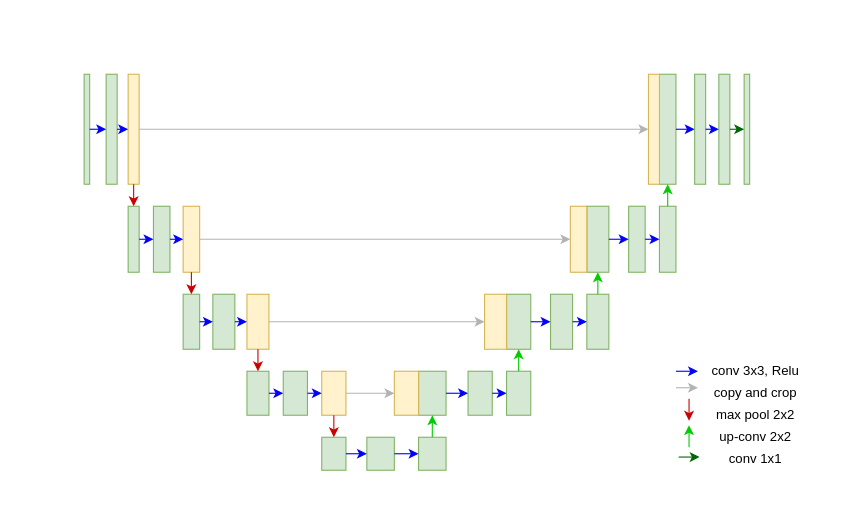
Earlier version of the draw.io diagram page "第 3 页" (3 of 4) of img/未命名绘图.drawio (Wangtab/Wangtab.github.io). Source tidied: cells renumbered, new cells numbered last; positions are measured from the earlier drawing's top-left corner, leaving out a move shared by most shapes. Both pictures are drawn from the tidied source at 110%, with x=0, y=0 at pixel (84, 74).
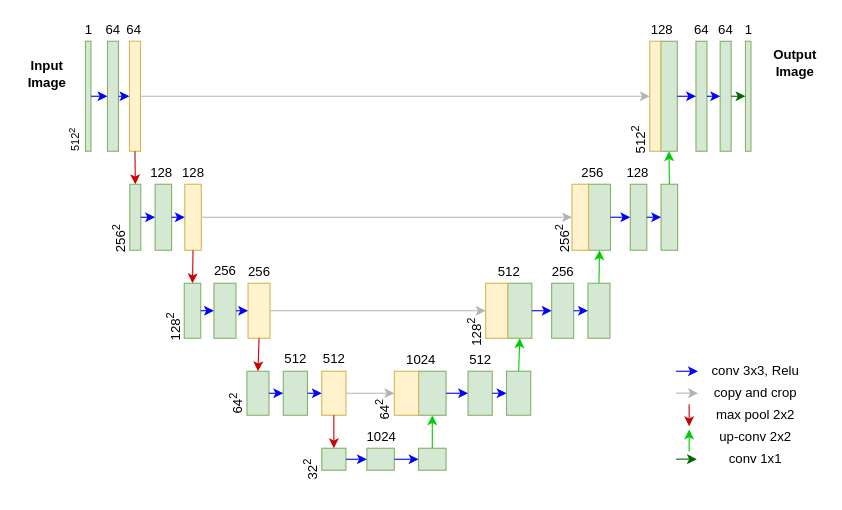
Above is the later version.

Commit message:
uunet更新未命名绘图.drawio

What changed in the source:
```diff
@@
     <mxCell id="2" style="rounded=0;whiteSpace=wrap;html=1;fillColor=#d5e8d4;strokeColor=#82b366;" parent="1" vertex="1">
-      <mxGeometry width="5" height="100" as="geometry" />
+      <mxGeometry x="1.2" y="-30" width="5" height="100" as="geometry" />
     </mxCell>
     <mxCell id="3" style="rounded=0;whiteSpace=wrap;html=1;fillColor=#d5e8d4;strokeColor=#82b366;" parent="1" vertex="1">
-      <mxGeometry x="20" width="10" height="100" as="geometry" />
+      <mxGeometry x="21.2" y="-30" width="10" height="100" as="geometry" />
     </mxCell>
     <mxCell id="4" style="rounded=0;whiteSpace=wrap;html=1;fillColor=#fff2cc;strokeColor=#d6b656;" parent="1" vertex="1">
-      <mxGeometry x="40" width="10" height="100" as="geometry" />
+      <mxGeometry x="41.2" y="-30" width="10" height="100" as="geometry" />
     </mxCell>
     <mxCell id="5" style="rounded=0;whiteSpace=wrap;html=1;fillColor=#d5e8d4;strokeColor=#82b366;" parent="1" vertex="1">
-      <mxGeometry x="40" y="120" width="10" height="60" as="geometry" />
+      <mxGeometry x="41.5" y="100" width="10" height="60" as="geometry" />
     </mxCell>
     <mxCell id="6" style="rounded=0;whiteSpace=wrap;html=1;fillColor=#d5e8d4;strokeColor=#82b366;" parent="1" vertex="1">
-      <mxGeometry x="63" y="120" width="15" height="60" as="geometry" />
+      <mxGeometry x="64.5" y="100" width="15" height="60" as="geometry" />
     </mxCell>
     <mxCell id="7" style="rounded=0;whiteSpace=wrap;html=1;fillColor=#fff2cc;strokeColor=#d6b656;strokeWidth=1;" parent="1" vertex="1">
-      <mxGeometry x="90" y="120" width="15" height="60" as="geometry" />
+      <mxGeometry x="91.5" y="100" width="15" height="60" as="geometry" />
     </mxCell>
     <mxCell id="8" style="rounded=0;whiteSpace=wrap;html=1;fillColor=#d5e8d4;strokeColor=#82b366;strokeWidth=1;" parent="1" vertex="1">
-      <mxGeometry x="90" y="200" width="15" height="50" as="geometry" />
+      <mxGeometry x="91" y="190" width="15" height="50" as="geometry" />
     </mxCell>
     <mxCell id="9" style="rounded=0;whiteSpace=wrap;html=1;fillColor=#d5e8d4;strokeColor=#82b366;strokeWidth=1;" parent="1" vertex="1">
-      <mxGeometry x="117" y="200" width="20" height="50" as="geometry" />
+      <mxGeometry x="118" y="190" width="20" height="50" as="geometry" />
     </mxCell>
     <mxCell id="10" style="rounded=0;whiteSpace=wrap;html=1;fillColor=#fff2cc;strokeColor=#d6b656;strokeWidth=1;" parent="1" vertex="1">
-      <mxGeometry x="148" y="200" width="20" height="50" as="geometry" />
+      <mxGeometry x="149" y="190" width="20" height="50" as="geometry" />
     </mxCell>
@@
     <mxCell id="14" style="rounded=0;whiteSpace=wrap;html=1;fillColor=#d5e8d4;strokeColor=#82b366;strokeWidth=1;" parent="1" vertex="1">
-      <mxGeometry x="216" y="330" width="22" height="30" as="geometry" />
+      <mxGeometry x="216" y="340" width="22" height="20" as="geometry" />
     </mxCell>
     <mxCell id="15" style="rounded=0;whiteSpace=wrap;html=1;fillColor=#d5e8d4;strokeColor=#82b366;strokeWidth=1;" parent="1" vertex="1">
-      <mxGeometry x="257" y="330" width="25" height="30" as="geometry" />
+      <mxGeometry x="257" y="340" width="25" height="20" as="geometry" />
     </mxCell>
     <mxCell id="16" style="rounded=0;whiteSpace=wrap;html=1;fillColor=#d5e8d4;strokeColor=#82b366;strokeWidth=1;" parent="1" vertex="1">
-      <mxGeometry x="304" y="330" width="25" height="30" as="geometry" />
+      <mxGeometry x="304" y="340" width="25" height="20" as="geometry" />
     </mxCell>
@@
     <mxCell id="21" style="rounded=0;whiteSpace=wrap;html=1;fillColor=#d5e8d4;strokeColor=#82b366;strokeWidth=1;" parent="1" vertex="1">
-      <mxGeometry x="384" y="200" width="22" height="50" as="geometry" />
+      <mxGeometry x="385" y="190" width="22" height="50" as="geometry" />
     </mxCell>
     <mxCell id="22" style="rounded=0;whiteSpace=wrap;html=1;fillColor=#fff2cc;strokeColor=#d6b656;strokeWidth=1;" parent="1" vertex="1">
-      <mxGeometry x="364" y="200" width="20" height="50" as="geometry" />
+      <mxGeometry x="365" y="190" width="20" height="50" as="geometry" />
     </mxCell>
     <mxCell id="23" style="rounded=0;whiteSpace=wrap;html=1;fillColor=#d5e8d4;strokeColor=#82b366;strokeWidth=1;" parent="1" vertex="1">
-      <mxGeometry x="424" y="200" width="20" height="50" as="geometry" />
+      <mxGeometry x="425" y="190" width="20" height="50" as="geometry" />
     </mxCell>
     <mxCell id="24" style="rounded=0;whiteSpace=wrap;html=1;fillColor=#d5e8d4;strokeColor=#82b366;strokeWidth=1;" parent="1" vertex="1">
-      <mxGeometry x="457" y="200" width="20" height="50" as="geometry" />
+      <mxGeometry x="458" y="190" width="20" height="50" as="geometry" />
     </mxCell>
     <mxCell id="25" style="rounded=0;whiteSpace=wrap;html=1;fillColor=#d5e8d4;strokeColor=#82b366;strokeWidth=1;" parent="1" vertex="1">
-      <mxGeometry x="457" y="120" width="20" height="60" as="geometry" />
+      <mxGeometry x="458.5" y="100" width="20" height="60" as="geometry" />
     </mxCell>
     <mxCell id="26" style="rounded=0;whiteSpace=wrap;html=1;fillColor=#fff2cc;strokeColor=#d6b656;strokeWidth=1;" parent="1" vertex="1">
-      <mxGeometry x="442" y="120" width="15" height="60" as="geometry" />
+      <mxGeometry x="443.5" y="100" width="15" height="60" as="geometry" />
     </mxCell>
     <mxCell id="27" style="rounded=0;whiteSpace=wrap;html=1;fillColor=#d5e8d4;strokeColor=#82b366;strokeWidth=1;" parent="1" vertex="1">
-      <mxGeometry x="495" y="120" width="15" height="60" as="geometry" />
+      <mxGeometry x="496.5" y="100" width="15" height="60" as="geometry" />
     </mxCell>
     <mxCell id="28" style="rounded=0;whiteSpace=wrap;html=1;fillColor=#d5e8d4;strokeColor=#82b366;strokeWidth=1;" parent="1" vertex="1">
-      <mxGeometry x="523" y="120" width="15" height="60" as="geometry" />
+      <mxGeometry x="524.5" y="100" width="15" height="60" as="geometry" />
     </mxCell>
     <mxCell id="29" style="rounded=0;whiteSpace=wrap;html=1;fillColor=#d5e8d4;strokeColor=#82b366;strokeWidth=1;" parent="1" vertex="1">
-      <mxGeometry x="523" width="15" height="100" as="geometry" />
+      <mxGeometry x="524.2" y="-30" width="15" height="100" as="geometry" />
     </mxCell>
     <mxCell id="30" style="rounded=0;whiteSpace=wrap;html=1;fillColor=#fff2cc;strokeColor=#d6b656;" parent="1" vertex="1">
-      <mxGeometry x="513" width="10" height="100" as="geometry" />
+      <mxGeometry x="514.2" y="-30" width="10" height="100" as="geometry" />
     </mxCell>
     <mxCell id="31" style="rounded=0;whiteSpace=wrap;html=1;fillColor=#d5e8d4;strokeColor=#82b366;" parent="1" vertex="1">
-      <mxGeometry x="555" width="10" height="100" as="geometry" />
+      <mxGeometry x="556.2" y="-30" width="10" height="100" as="geometry" />
     </mxCell>
     <mxCell id="32" style="rounded=0;whiteSpace=wrap;html=1;fillColor=#d5e8d4;strokeColor=#82b366;" parent="1" vertex="1">
-      <mxGeometry x="577" width="10" height="100" as="geometry" />
+      <mxGeometry x="578.2" y="-30" width="10" height="100" as="geometry" />
     </mxCell>
@@
     <mxCell id="63" style="rounded=0;whiteSpace=wrap;html=1;fillColor=#d5e8d4;strokeColor=#82b366;" parent="1" vertex="1">
-      <mxGeometry x="600" width="5" height="100" as="geometry" />
+      <mxGeometry x="601.2" y="-30" width="5" height="100" as="geometry" />
     </mxCell>
@@
     <mxCell id="65" style="endArrow=classic;html=1;strokeColor=#0000FF;shadow=0;" parent="1" edge="1">
       <mxGeometry relative="1" as="geometry">
         <mxPoint x="538" y="270" as="sourcePoint" />
         <mxPoint x="558" y="270" as="targetPoint" />
+        <Array as="points">
+          <mxPoint x="550" y="270" />
+        </Array>
       </mxGeometry>
     </mxCell>
     <mxCell id="66" style="endArrow=classic;html=1;strokeColor=#B3B3B3;" parent="1" edge="1">
       <mxGeometry relative="1" as="geometry">
-        <mxPoint x="538" y="285" as="sourcePoint" />
-        <mxPoint x="558" y="285" as="targetPoint" />
+        <mxPoint x="538" y="289.9" as="sourcePoint" />
+        <mxPoint x="558" y="289.9" as="targetPoint" />
       </mxGeometry>
     </mxCell>
     <mxCell id="67" style="endArrow=classic;html=1;fillColor=#f8cecc;strokeColor=#CC0000;" parent="1" edge="1">
       <mxGeometry relative="1" as="geometry">
-        <mxPoint x="549.9" y="295" as="sourcePoint" />
-        <mxPoint x="549.9" y="315" as="targetPoint" />
+        <mxPoint x="550" y="300" as="sourcePoint" />
+        <mxPoint x="550" y="320" as="targetPoint" />
       </mxGeometry>
     </mxCell>
     <mxCell id="68" style="endArrow=classic;html=1;fillColor=#f8cecc;strokeColor=#00CC00;" parent="1" edge="1">
       <mxGeometry relative="1" as="geometry">
-        <mxPoint x="549.9" y="339" as="sourcePoint" />
-        <mxPoint x="549.9" y="319" as="targetPoint" />
+        <mxPoint x="550" y="343" as="sourcePoint" />
+        <mxPoint x="550" y="323" as="targetPoint" />
       </mxGeometry>
     </mxCell>
     <mxCell id="69" style="endArrow=classic;html=1;shadow=0;strokeColor=#006600;fillColor=#0000FF;" parent="1" edge="1">
       <mxGeometry relative="1" as="geometry">
-        <mxPoint x="540.5" y="348" as="sourcePoint" />
-        <mxPoint x="559.5" y="348" as="targetPoint" />
+        <mxPoint x="538" y="349.9" as="sourcePoint" />
+        <mxPoint x="557" y="349.9" as="targetPoint" />
       </mxGeometry>
     </mxCell>
@@
+    <mxCell id="75" value="1" style="text;html=1;align=center;verticalAlign=middle;" parent="1" vertex="1">
+      <mxGeometry x="-6.2" y="-50" width="20" height="20" as="geometry" />
+    </mxCell>
+    <mxCell id="76" value="64" style="text;html=1;align=center;verticalAlign=middle;" parent="1" vertex="1">
+      <mxGeometry x="11.2" y="-50" width="30" height="20" as="geometry" />
+    </mxCell>
+    <mxCell id="77" value="64" style="text;html=1;align=center;verticalAlign=middle;" parent="1" vertex="1">
+      <mxGeometry x="30.2" y="-50" width="30" height="20" as="geometry" />
+    </mxCell>
+    <mxCell id="78" value="128" style="text;html=1;align=center;verticalAlign=middle;" parent="1" vertex="1">
+      <mxGeometry x="50" y="80" width="40" height="20" as="geometry" />
+    </mxCell>
+    <mxCell id="79" value="128" style="text;html=1;align=center;verticalAlign=middle;" parent="1" vertex="1">
+      <mxGeometry x="78.5" y="80" width="40" height="20" as="geometry" />
+    </mxCell>
+    <mxCell id="80" value="256" style="text;html=1;align=center;verticalAlign=middle;" parent="1" vertex="1">
+      <mxGeometry x="108" y="169" width="40" height="20" as="geometry" />
+    </mxCell>
+    <mxCell id="81" value="256" style="text;html=1;align=center;verticalAlign=middle;" parent="1" vertex="1">
+      <mxGeometry x="139" y="170" width="40" height="20" as="geometry" />
+    </mxCell>
+    <mxCell id="82" value="512" style="text;html=1;align=center;verticalAlign=middle;" parent="1" vertex="1">
+      <mxGeometry x="172" y="249" width="40" height="20" as="geometry" />
+    </mxCell>
+    <mxCell id="83" value="512" style="text;html=1;align=center;verticalAlign=middle;" parent="1" vertex="1">
+      <mxGeometry x="207" y="249" width="40" height="20" as="geometry" />
+    </mxCell>
+    <mxCell id="84" value="1024" style="text;html=1;align=center;verticalAlign=middle;" parent="1" vertex="1">
+      <mxGeometry x="249.5" y="320" width="40" height="20" as="geometry" />
+    </mxCell>
+    <mxCell id="85" value="1024" style="text;html=1;align=center;verticalAlign=middle;" parent="1" vertex="1">
+      <mxGeometry x="286" y="250" width="40" height="20" as="geometry" />
+    </mxCell>
+    <mxCell id="86" value="512" style="text;html=1;align=center;verticalAlign=middle;" parent="1" vertex="1">
+      <mxGeometry x="340" y="250" width="40" height="20" as="geometry" />
+    </mxCell>
+    <mxCell id="87" value="512" style="text;html=1;align=center;verticalAlign=middle;" parent="1" vertex="1">
+      <mxGeometry x="366" y="170" width="40" height="20" as="geometry" />
+    </mxCell>
+    <mxCell id="88" value="256" style="text;html=1;align=center;verticalAlign=middle;" parent="1" vertex="1">
+      <mxGeometry x="415" y="170" width="40" height="20" as="geometry" />
+    </mxCell>
+    <mxCell id="89" value="256" style="text;html=1;align=center;verticalAlign=middle;" parent="1" vertex="1">
+      <mxGeometry x="441.5" y="80" width="40" height="20" as="geometry" />
+    </mxCell>
+    <mxCell id="90" value="128" style="text;html=1;align=center;verticalAlign=middle;" parent="1" vertex="1">
+      <mxGeometry x="482.5" y="80" width="40" height="20" as="geometry" />
+    </mxCell>
+    <mxCell id="91" value="128" style="text;html=1;align=center;verticalAlign=middle;" parent="1" vertex="1">
+      <mxGeometry x="505.2" y="-50" width="40" height="20" as="geometry" />
+    </mxCell>
+    <mxCell id="92" value="64" style="text;html=1;align=center;verticalAlign=middle;" parent="1" vertex="1">
+      <mxGeometry x="546.2" y="-50" width="30" height="20" as="geometry" />
+    </mxCell>
+    <mxCell id="93" value="64" style="text;html=1;align=center;verticalAlign=middle;" parent="1" vertex="1">
+      <mxGeometry x="568.2" y="-50" width="30" height="20" as="geometry" />
+    </mxCell>
+    <mxCell id="94" value="1" style="text;html=1;align=center;verticalAlign=middle;" parent="1" vertex="1">
+      <mxGeometry x="593.8" y="-50" width="20" height="20" as="geometry" />
+    </mxCell>
+    <mxCell id="95" value="&lt;b&gt;Input&lt;br&gt;Image&lt;/b&gt;" style="text;html=1;align=center;verticalAlign=middle;" parent="1" vertex="1">
+      <mxGeometry x="-59.2" y="-15" width="50" height="30" as="geometry" />
+    </mxCell>
+    <mxCell id="96" value="&lt;b&gt;Output&lt;br&gt;Image&lt;/b&gt;" style="text;html=1;align=center;verticalAlign=middle;" parent="1" vertex="1">
+      <mxGeometry x="621.2" y="-25" width="50" height="30" as="geometry" />
+    </mxCell>
+    <mxCell id="97" value="&lt;font style=&quot;font-size: 10px&quot;&gt;512&lt;sup&gt;2&lt;/sup&gt;&lt;/font&gt;" style="text;html=1;align=center;verticalAlign=middle;flipH=0;flipV=1;rotation=-90;" parent="1" vertex="1">
+      <mxGeometry x="-28.8" y="50" width="40" height="20" as="geometry" />
+    </mxCell>
+    <mxCell id="98" value="512&lt;sup&gt;2&lt;/sup&gt;" style="text;html=1;align=center;verticalAlign=middle;flipH=0;flipV=1;rotation=-90;" parent="1" vertex="1">
+      <mxGeometry x="484.2" y="50" width="40" height="20" as="geometry" />
+    </mxCell>
+    <mxCell id="99" value="256&lt;sup&gt;2&lt;/sup&gt;" style="text;html=1;align=center;verticalAlign=middle;flipH=0;flipV=1;rotation=-90;" parent="1" vertex="1">
+      <mxGeometry x="12" y="140" width="40" height="20" as="geometry" />
+    </mxCell>
+    <mxCell id="100" value="256&lt;sup&gt;2&lt;/sup&gt;" style="text;html=1;align=center;verticalAlign=middle;flipH=0;flipV=1;rotation=-90;" parent="1" vertex="1">
+      <mxGeometry x="415" y="140" width="40" height="20" as="geometry" />
+    </mxCell>
+    <mxCell id="101" value="128&lt;sup&gt;2&lt;/sup&gt;" style="text;html=1;align=center;verticalAlign=middle;flipH=0;flipV=1;rotation=-90;" parent="1" vertex="1">
+      <mxGeometry x="61.2" y="220" width="40" height="20" as="geometry" />
+    </mxCell>
+    <mxCell id="102" value="128&lt;sup&gt;2&lt;/sup&gt;" style="text;html=1;align=center;verticalAlign=middle;flipH=0;flipV=1;rotation=-90;" parent="1" vertex="1">
+      <mxGeometry x="335" y="225" width="40" height="20" as="geometry" />
+    </mxCell>
+    <mxCell id="103" value="64&lt;sup&gt;2&lt;/sup&gt;" style="text;html=1;align=center;verticalAlign=middle;flipH=0;flipV=1;rotation=-90;" parent="1" vertex="1">
+      <mxGeometry x="118" y="290" width="40" height="20" as="geometry" />
+    </mxCell>
+    <mxCell id="104" value="64&lt;sup&gt;2&lt;/sup&gt;" style="text;html=1;align=center;verticalAlign=middle;flipH=0;flipV=1;rotation=-90;" parent="1" vertex="1">
+      <mxGeometry x="251.5" y="296" width="40" height="20" as="geometry" />
+    </mxCell>
+    <mxCell id="105" value="32&lt;sup&gt;2&lt;/sup&gt;" style="text;html=1;align=center;verticalAlign=middle;flipH=0;flipV=1;rotation=-90;" parent="1" vertex="1">
+      <mxGeometry x="186" y="350" width="40" height="20" as="geometry" />
+    </mxCell>
```
